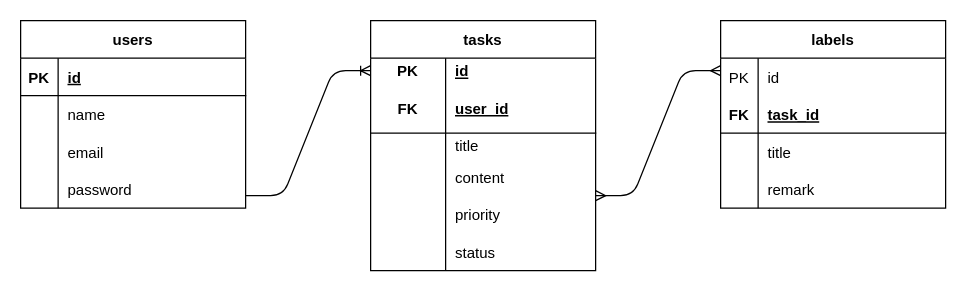
Before: docs/er.dio in MinoriChikano/manyou_exam, a draw.io diagram. Source tidied: cells renumbered, new cells numbered last; positions are measured from the earlier drawing's top-left corner, leaving out a move shared by most shapes. Both pictures are drawn from the tidied source at 125%, with x=0, y=0 at pixel (20, 20).
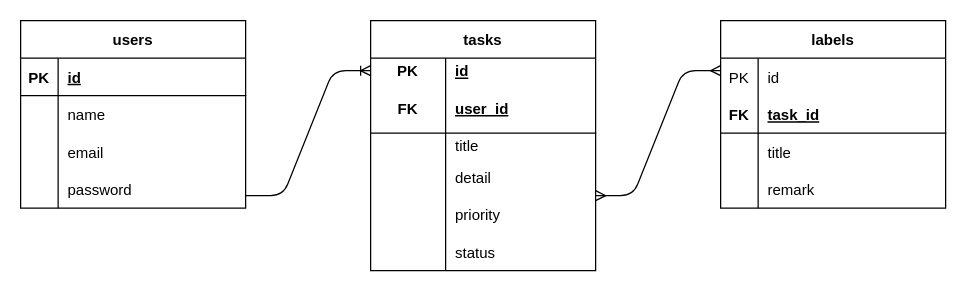
After the change.

Commit message (it also covers changes not shown here):
READMEに仮テーブルスキーマ作成

Unchanged cells that the change refers to:
```xml
<mxCell id="25" style="shape=tableRow;horizontal=0;startSize=0;swimlaneHead=0;swimlaneBody=0;fillColor=none;top=0;left=0;right=0;bottom=0;rounded=0;" parent="15" vertex="1">
  <mxGeometry y="110" width="180" height="30" as="geometry" />
</mxCell>
```

Diff of the diagram source:
```diff
@@
-    <mxCell id="27" value="content" style="shape=partialRectangle;fillColor=none;top=0;left=0;bottom=0;right=0;align=left;spacingLeft=6;overflow=hidden;rounded=0;" parent="25" vertex="1">
+    <mxCell id="27" value="detail" style="shape=partialRectangle;fillColor=none;top=0;left=0;bottom=0;right=0;align=left;spacingLeft=6;overflow=hidden;rounded=0;" parent="25" vertex="1">
       <mxGeometry x="60" width="120" height="30" as="geometry" />
     </mxCell>
```
